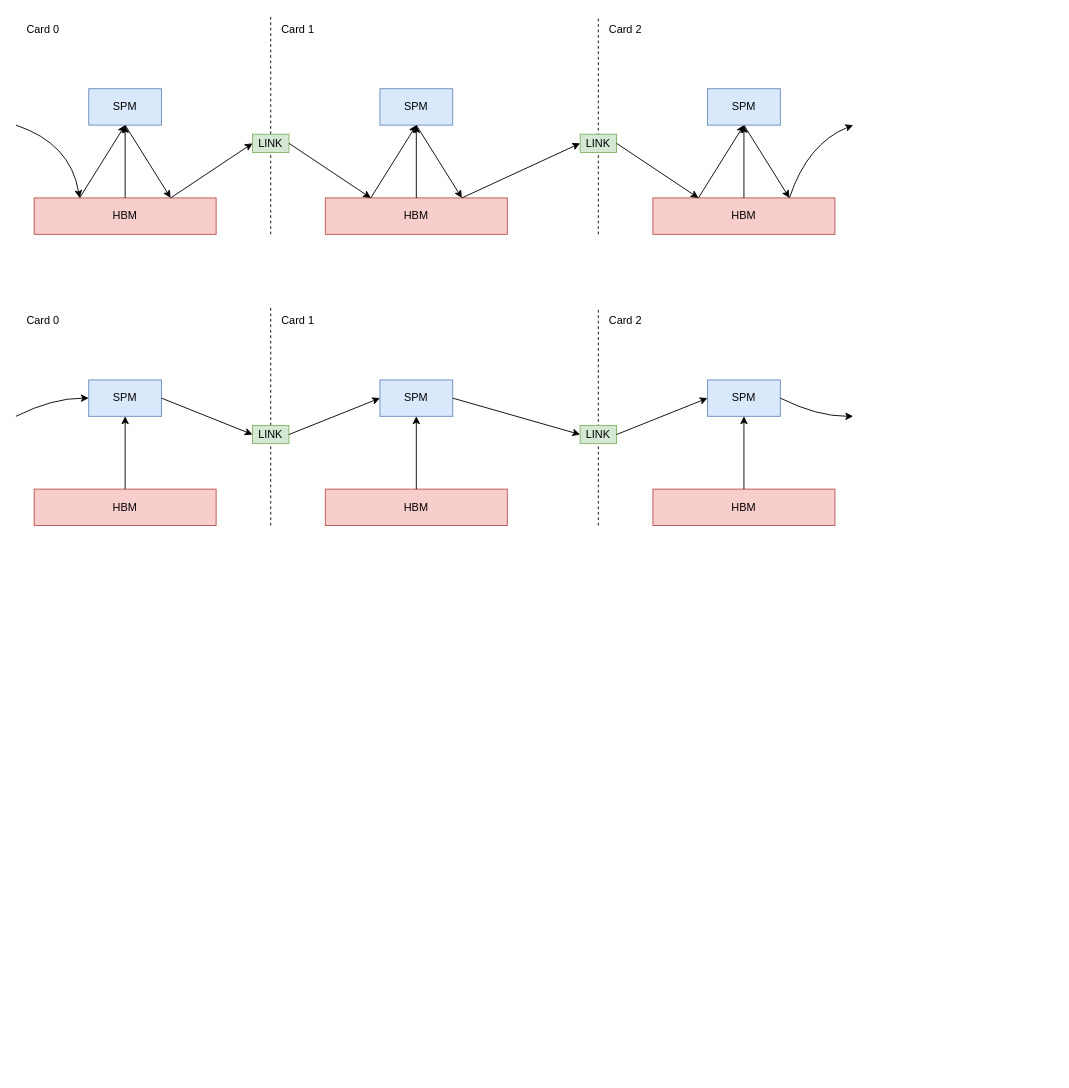
This is TCCL/SPM_transform.drawio from BEYHHH/SBLP, a draw.io file, before an edit. Source tidied: cells renumbered, new cells numbered last; positions are measured from the earlier drawing's top-left corner, leaving out a move shared by most shapes. Both pictures are drawn from the tidied source at 91%, with x=0, y=0 at pixel (15, 15).
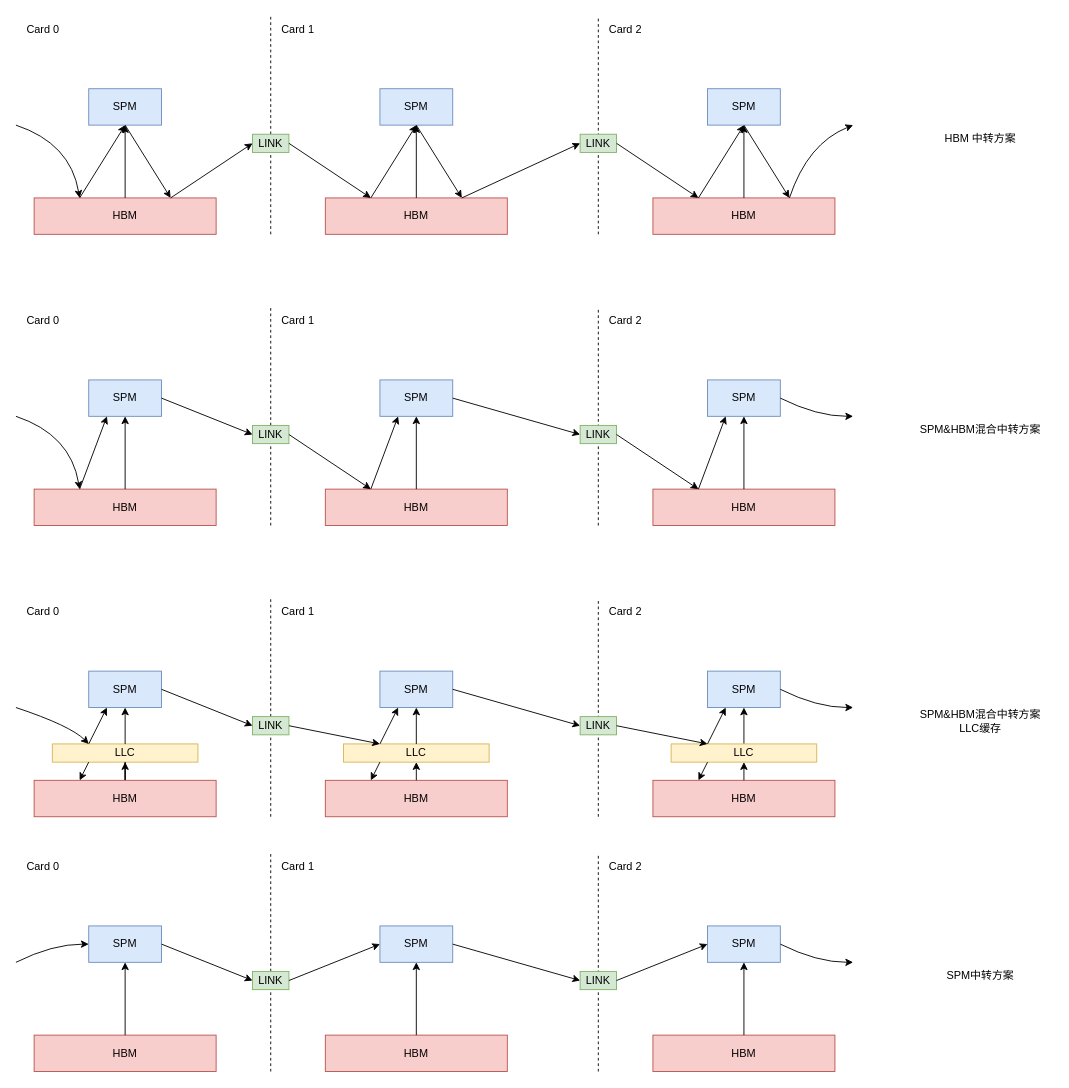
The same diagram, later.

The edit, as a diff of the source:
```diff
@@
+    <mxCell id="54" value="LLC" style="rounded=0;whiteSpace=wrap;html=1;fillColor=#fff2cc;strokeColor=#d6b656;" parent="1" vertex="1">
+      <mxGeometry x="40" y="800" width="160" height="20" as="geometry" />
+    </mxCell>
+    <mxCell id="55" value="LLC" style="rounded=0;whiteSpace=wrap;html=1;fillColor=#fff2cc;strokeColor=#d6b656;" parent="1" vertex="1">
+      <mxGeometry x="360" y="800" width="160" height="20" as="geometry" />
+    </mxCell>
+    <mxCell id="56" style="edgeStyle=orthogonalEdgeStyle;rounded=0;jettySize=auto;html=1;" parent="1" edge="1" source="57" target="98">
+      <mxGeometry relative="1" as="geometry" />
+    </mxCell>
+    <mxCell id="57" value="LLC" style="rounded=0;whiteSpace=wrap;html=1;fillColor=#fff2cc;strokeColor=#d6b656;" parent="1" vertex="1">
+      <mxGeometry x="720" y="800" width="160" height="20" as="geometry" />
+    </mxCell>
@@
     <mxCell id="31" value="SPM" style="rounded=0;whiteSpace=wrap;html=1;fillColor=#dae8fc;strokeColor=#6c8ebf;" parent="1" vertex="1">
-      <mxGeometry x="80" y="400" width="80" height="40" as="geometry" />
+      <mxGeometry x="80" y="1000" width="80" height="40" as="geometry" />
     </mxCell>
     <mxCell id="32" style="endArrow=none;dashed=1;html=1;rounded=0;" parent="1" edge="1" source="43">
       <mxGeometry relative="1" as="geometry">
-        <mxPoint x="280" y="320" as="targetPoint" />
+        <mxPoint x="280" y="920" as="targetPoint" />
       </mxGeometry>
     </mxCell>
     <mxCell id="33" value="SPM" style="rounded=0;whiteSpace=wrap;html=1;fillColor=#dae8fc;strokeColor=#6c8ebf;" parent="1" vertex="1">
-      <mxGeometry x="400" y="400" width="80" height="40" as="geometry" />
+      <mxGeometry x="400" y="1000" width="80" height="40" as="geometry" />
     </mxCell>
     <mxCell id="34" style="endArrow=none;dashed=1;html=1;rounded=0;" parent="1" edge="1">
       <mxGeometry relative="1" as="geometry">
-        <mxPoint x="640" y="560" as="sourcePoint" />
-        <mxPoint x="640" y="320" as="targetPoint" />
+        <mxPoint x="640" y="1160" as="sourcePoint" />
+        <mxPoint x="640" y="920" as="targetPoint" />
       </mxGeometry>
     </mxCell>
     <mxCell id="35" value="Card 1" style="text;html=1;align=center;verticalAlign=middle;whiteSpace=wrap;rounded=0;" parent="1" vertex="1">
-      <mxGeometry x="280" y="320" width="60" height="30" as="geometry" />
+      <mxGeometry x="280" y="920" width="60" height="30" as="geometry" />
     </mxCell>
     <mxCell id="36" value="Card 0" style="text;html=1;align=center;verticalAlign=middle;whiteSpace=wrap;rounded=0;" parent="1" vertex="1">
-      <mxGeometry y="320" width="60" height="30" as="geometry" />
+      <mxGeometry y="920" width="60" height="30" as="geometry" />
     </mxCell>
     <mxCell id="37" value="Card 2" style="text;html=1;align=center;verticalAlign=middle;whiteSpace=wrap;rounded=0;" parent="1" vertex="1">
-      <mxGeometry x="640" y="320" width="60" height="30" as="geometry" />
+      <mxGeometry x="640" y="920" width="60" height="30" as="geometry" />
     </mxCell>
     <mxCell id="38" value="HBM" style="rounded=0;whiteSpace=wrap;html=1;fillColor=#f8cecc;strokeColor=#b85450;" parent="1" vertex="1">
-      <mxGeometry x="20" y="520" width="200" height="40" as="geometry" />
+      <mxGeometry x="20" y="1120" width="200" height="40" as="geometry" />
     </mxCell>
     <mxCell id="39" value="HBM" style="rounded=0;whiteSpace=wrap;html=1;fillColor=#f8cecc;strokeColor=#b85450;" parent="1" vertex="1">
-      <mxGeometry x="340" y="520" width="200" height="40" as="geometry" />
+      <mxGeometry x="340" y="1120" width="200" height="40" as="geometry" />
     </mxCell>
     <mxCell id="40" value="HBM" style="rounded=0;whiteSpace=wrap;html=1;fillColor=#f8cecc;strokeColor=#b85450;" parent="1" vertex="1">
-      <mxGeometry x="700" y="520" width="200" height="40" as="geometry" />
+      <mxGeometry x="700" y="1120" width="200" height="40" as="geometry" />
     </mxCell>
     <mxCell id="41" value="SPM" style="rounded=0;whiteSpace=wrap;html=1;fillColor=#dae8fc;strokeColor=#6c8ebf;" parent="1" vertex="1">
-      <mxGeometry x="760" y="400" width="80" height="40" as="geometry" />
+      <mxGeometry x="760" y="1000" width="80" height="40" as="geometry" />
     </mxCell>
     <mxCell id="42" style="endArrow=none;dashed=1;html=1;rounded=0;" parent="1" edge="1" target="43">
       <mxGeometry relative="1" as="geometry">
-        <mxPoint x="280" y="560" as="sourcePoint" />
+        <mxPoint x="280" y="1160" as="sourcePoint" />
       </mxGeometry>
     </mxCell>
     <mxCell id="43" value="LINK" style="rounded=0;whiteSpace=wrap;html=1;fillColor=#d5e8d4;strokeColor=#82b366;" parent="1" vertex="1">
-      <mxGeometry x="260" y="450" width="40" height="20" as="geometry" />
+      <mxGeometry x="260" y="1050" width="40" height="20" as="geometry" />
     </mxCell>
     <mxCell id="44" value="LINK" style="rounded=0;whiteSpace=wrap;html=1;fillColor=#d5e8d4;strokeColor=#82b366;" parent="1" vertex="1">
-      <mxGeometry x="620" y="450" width="40" height="20" as="geometry" />
+      <mxGeometry x="620" y="1050" width="40" height="20" as="geometry" />
     </mxCell>
@@
     <mxCell id="52" style="curved=1;endArrow=classic;html=1;rounded=0;entryX=0;entryY=0.5;entryDx=0;entryDy=0;" parent="1" edge="1" target="31">
       <mxGeometry relative="1" as="geometry">
-        <mxPoint y="440" as="sourcePoint" />
+        <mxPoint y="1040" as="sourcePoint" />
         <Array as="points">
-          <mxPoint x="40" y="420" />
+          <mxPoint x="40" y="1020" />
         </Array>
       </mxGeometry>
     </mxCell>
     <mxCell id="53" style="curved=1;endArrow=classic;html=1;rounded=0;exitX=1;exitY=0.5;exitDx=0;exitDy=0;" parent="1" edge="1" source="41">
       <mxGeometry relative="1" as="geometry">
-        <mxPoint x="920" y="440" as="targetPoint" />
+        <mxPoint x="920" y="1040" as="targetPoint" />
         <Array as="points">
-          <mxPoint x="880" y="440" />
+          <mxPoint x="880" y="1040" />
         </Array>
       </mxGeometry>
     </mxCell>
+    <mxCell id="58" value="SPM" style="rounded=0;whiteSpace=wrap;html=1;fillColor=#dae8fc;strokeColor=#6c8ebf;" parent="1" vertex="1">
+      <mxGeometry x="80" y="400" width="80" height="40" as="geometry" />
+    </mxCell>
+    <mxCell id="59" style="endArrow=none;dashed=1;html=1;rounded=0;" parent="1" edge="1" source="70">
+      <mxGeometry relative="1" as="geometry">
+        <mxPoint x="280" y="320" as="targetPoint" />
+      </mxGeometry>
+    </mxCell>
+    <mxCell id="60" value="SPM" style="rounded=0;whiteSpace=wrap;html=1;fillColor=#dae8fc;strokeColor=#6c8ebf;" parent="1" vertex="1">
+      <mxGeometry x="400" y="400" width="80" height="40" as="geometry" />
+    </mxCell>
+    <mxCell id="61" style="endArrow=none;dashed=1;html=1;rounded=0;" parent="1" edge="1">
+      <mxGeometry relative="1" as="geometry">
+        <mxPoint x="640" y="560" as="sourcePoint" />
+        <mxPoint x="640" y="320" as="targetPoint" />
+      </mxGeometry>
+    </mxCell>
+    <mxCell id="62" value="Card 1" style="text;html=1;align=center;verticalAlign=middle;whiteSpace=wrap;rounded=0;" parent="1" vertex="1">
+      <mxGeometry x="280" y="320" width="60" height="30" as="geometry" />
+    </mxCell>
+    <mxCell id="63" value="Card 0" style="text;html=1;align=center;verticalAlign=middle;whiteSpace=wrap;rounded=0;" parent="1" vertex="1">
+      <mxGeometry y="320" width="60" height="30" as="geometry" />
+    </mxCell>
+    <mxCell id="64" value="Card 2" style="text;html=1;align=center;verticalAlign=middle;whiteSpace=wrap;rounded=0;" parent="1" vertex="1">
+      <mxGeometry x="640" y="320" width="60" height="30" as="geometry" />
+    </mxCell>
+    <mxCell id="65" value="HBM" style="rounded=0;whiteSpace=wrap;html=1;fillColor=#f8cecc;strokeColor=#b85450;" parent="1" vertex="1">
+      <mxGeometry x="20" y="520" width="200" height="40" as="geometry" />
+    </mxCell>
+    <mxCell id="66" value="HBM" style="rounded=0;whiteSpace=wrap;html=1;fillColor=#f8cecc;strokeColor=#b85450;" parent="1" vertex="1">
+      <mxGeometry x="340" y="520" width="200" height="40" as="geometry" />
+    </mxCell>
+    <mxCell id="67" value="HBM" style="rounded=0;whiteSpace=wrap;html=1;fillColor=#f8cecc;strokeColor=#b85450;" parent="1" vertex="1">
+      <mxGeometry x="700" y="520" width="200" height="40" as="geometry" />
+    </mxCell>
+    <mxCell id="68" value="SPM" style="rounded=0;whiteSpace=wrap;html=1;fillColor=#dae8fc;strokeColor=#6c8ebf;" parent="1" vertex="1">
+      <mxGeometry x="760" y="400" width="80" height="40" as="geometry" />
+    </mxCell>
+    <mxCell id="69" style="endArrow=none;dashed=1;html=1;rounded=0;" parent="1" edge="1" target="70">
+      <mxGeometry relative="1" as="geometry">
+        <mxPoint x="280" y="560" as="sourcePoint" />
+      </mxGeometry>
+    </mxCell>
+    <mxCell id="70" value="LINK" style="rounded=0;whiteSpace=wrap;html=1;fillColor=#d5e8d4;strokeColor=#82b366;" parent="1" vertex="1">
+      <mxGeometry x="260" y="450" width="40" height="20" as="geometry" />
+    </mxCell>
+    <mxCell id="71" value="LINK" style="rounded=0;whiteSpace=wrap;html=1;fillColor=#d5e8d4;strokeColor=#82b366;" parent="1" vertex="1">
+      <mxGeometry x="620" y="450" width="40" height="20" as="geometry" />
+    </mxCell>
+    <mxCell id="72" style="endArrow=classic;html=1;rounded=0;entryX=0;entryY=0.5;entryDx=0;entryDy=0;exitX=1;exitY=0.5;exitDx=0;exitDy=0;" parent="1" edge="1" source="60" target="71">
+      <mxGeometry relative="1" as="geometry" />
+    </mxCell>
+    <mxCell id="73" style="endArrow=classic;html=1;rounded=0;entryX=0.5;entryY=1;entryDx=0;entryDy=0;exitX=0.5;exitY=0;exitDx=0;exitDy=0;" parent="1" edge="1" source="66" target="60">
+      <mxGeometry relative="1" as="geometry" />
+    </mxCell>
+    <mxCell id="74" style="endArrow=classic;html=1;rounded=0;entryX=0.25;entryY=0;entryDx=0;entryDy=0;exitX=1;exitY=0.5;exitDx=0;exitDy=0;" parent="1" edge="1" source="70" target="66">
+      <mxGeometry relative="1" as="geometry" />
+    </mxCell>
+    <mxCell id="75" style="endArrow=classic;html=1;rounded=0;entryX=0;entryY=0.5;entryDx=0;entryDy=0;exitX=1;exitY=0.5;exitDx=0;exitDy=0;" parent="1" edge="1" source="58" target="70">
+      <mxGeometry relative="1" as="geometry" />
+    </mxCell>
+    <mxCell id="76" style="endArrow=classic;html=1;rounded=0;entryX=0.5;entryY=1;entryDx=0;entryDy=0;exitX=0.5;exitY=0;exitDx=0;exitDy=0;" parent="1" edge="1" source="65" target="58">
+      <mxGeometry relative="1" as="geometry" />
+    </mxCell>
+    <mxCell id="77" style="endArrow=classic;html=1;rounded=0;entryX=0.25;entryY=0;entryDx=0;entryDy=0;exitX=1;exitY=0.5;exitDx=0;exitDy=0;" parent="1" edge="1" source="71" target="67">
+      <mxGeometry relative="1" as="geometry" />
+    </mxCell>
+    <mxCell id="78" style="endArrow=classic;html=1;rounded=0;entryX=0.5;entryY=1;entryDx=0;entryDy=0;exitX=0.5;exitY=0;exitDx=0;exitDy=0;" parent="1" edge="1" source="67" target="68">
+      <mxGeometry relative="1" as="geometry" />
+    </mxCell>
+    <mxCell id="79" style="curved=1;endArrow=classic;html=1;rounded=0;entryX=0.25;entryY=0;entryDx=0;entryDy=0;" parent="1" edge="1" target="65">
+      <mxGeometry relative="1" as="geometry">
+        <mxPoint y="440" as="sourcePoint" />
+        <Array as="points">
+          <mxPoint x="60" y="460" />
+        </Array>
+      </mxGeometry>
+    </mxCell>
+    <mxCell id="80" style="curved=1;endArrow=classic;html=1;rounded=0;exitX=1;exitY=0.5;exitDx=0;exitDy=0;" parent="1" edge="1" source="68">
+      <mxGeometry relative="1" as="geometry">
+        <mxPoint x="920" y="440" as="targetPoint" />
+        <Array as="points">
+          <mxPoint x="880" y="440" />
+        </Array>
+      </mxGeometry>
+    </mxCell>
+    <mxCell id="81" style="endArrow=classic;html=1;rounded=0;entryX=0.25;entryY=1;entryDx=0;entryDy=0;exitX=0.25;exitY=0;exitDx=0;exitDy=0;" parent="1" edge="1" source="65" target="58">
+      <mxGeometry relative="1" as="geometry" />
+    </mxCell>
+    <mxCell id="82" style="endArrow=classic;html=1;rounded=0;entryX=0.25;entryY=1;entryDx=0;entryDy=0;exitX=0.25;exitY=0;exitDx=0;exitDy=0;" parent="1" edge="1" source="66" target="60">
+      <mxGeometry relative="1" as="geometry" />
+    </mxCell>
+    <mxCell id="83" style="endArrow=classic;html=1;rounded=0;entryX=0.25;entryY=1;entryDx=0;entryDy=0;exitX=0.25;exitY=0;exitDx=0;exitDy=0;" parent="1" edge="1" source="67" target="68">
+      <mxGeometry relative="1" as="geometry" />
+    </mxCell>
+    <mxCell id="84" value="HBM 中转方案" style="text;html=1;align=center;verticalAlign=middle;whiteSpace=wrap;rounded=0;" parent="1" vertex="1">
+      <mxGeometry x="1005" y="120" width="110" height="30" as="geometry" />
+    </mxCell>
+    <mxCell id="85" value="SPM&amp;amp;HBM混合中转方案" style="text;html=1;align=center;verticalAlign=middle;whiteSpace=wrap;rounded=0;" parent="1" vertex="1">
+      <mxGeometry x="980" y="440" width="160" height="30" as="geometry" />
+    </mxCell>
+    <mxCell id="86" value="SPM中转方案" style="text;html=1;align=center;verticalAlign=middle;whiteSpace=wrap;rounded=0;" parent="1" vertex="1">
+      <mxGeometry x="1000" y="1040" width="120" height="30" as="geometry" />
+    </mxCell>
+    <mxCell id="87" value="SPM" style="rounded=0;whiteSpace=wrap;html=1;fillColor=#dae8fc;strokeColor=#6c8ebf;" parent="1" vertex="1">
+      <mxGeometry x="80" y="720" width="80" height="40" as="geometry" />
+    </mxCell>
+    <mxCell id="88" style="endArrow=none;dashed=1;html=1;rounded=0;" parent="1" edge="1" source="100">
+      <mxGeometry relative="1" as="geometry">
+        <mxPoint x="280" y="640" as="targetPoint" />
+      </mxGeometry>
+    </mxCell>
+    <mxCell id="89" value="SPM" style="rounded=0;whiteSpace=wrap;html=1;fillColor=#dae8fc;strokeColor=#6c8ebf;" parent="1" vertex="1">
+      <mxGeometry x="400" y="720" width="80" height="40" as="geometry" />
+    </mxCell>
+    <mxCell id="90" style="endArrow=none;dashed=1;html=1;rounded=0;" parent="1" edge="1">
+      <mxGeometry relative="1" as="geometry">
+        <mxPoint x="640" y="880" as="sourcePoint" />
+        <mxPoint x="640" y="640" as="targetPoint" />
+      </mxGeometry>
+    </mxCell>
+    <mxCell id="91" value="Card 1" style="text;html=1;align=center;verticalAlign=middle;whiteSpace=wrap;rounded=0;" parent="1" vertex="1">
+      <mxGeometry x="280" y="640" width="60" height="30" as="geometry" />
+    </mxCell>
+    <mxCell id="92" value="Card 0" style="text;html=1;align=center;verticalAlign=middle;whiteSpace=wrap;rounded=0;" parent="1" vertex="1">
+      <mxGeometry y="640" width="60" height="30" as="geometry" />
+    </mxCell>
+    <mxCell id="93" value="Card 2" style="text;html=1;align=center;verticalAlign=middle;whiteSpace=wrap;rounded=0;" parent="1" vertex="1">
+      <mxGeometry x="640" y="640" width="60" height="30" as="geometry" />
+    </mxCell>
+    <mxCell id="94" style="edgeStyle=orthogonalEdgeStyle;rounded=0;jettySize=auto;html=1;entryX=0.5;entryY=1;entryDx=0;entryDy=0;" parent="1" edge="1" source="95" target="54">
+      <mxGeometry relative="1" as="geometry" />
+    </mxCell>
+    <mxCell id="95" value="HBM" style="rounded=0;whiteSpace=wrap;html=1;fillColor=#f8cecc;strokeColor=#b85450;" parent="1" vertex="1">
+      <mxGeometry x="20" y="840" width="200" height="40" as="geometry" />
+    </mxCell>
+    <mxCell id="96" value="HBM" style="rounded=0;whiteSpace=wrap;html=1;fillColor=#f8cecc;strokeColor=#b85450;" parent="1" vertex="1">
+      <mxGeometry x="340" y="840" width="200" height="40" as="geometry" />
+    </mxCell>
+    <mxCell id="97" value="HBM" style="rounded=0;whiteSpace=wrap;html=1;fillColor=#f8cecc;strokeColor=#b85450;" parent="1" vertex="1">
+      <mxGeometry x="700" y="840" width="200" height="40" as="geometry" />
+    </mxCell>
+    <mxCell id="98" value="SPM" style="rounded=0;whiteSpace=wrap;html=1;fillColor=#dae8fc;strokeColor=#6c8ebf;" parent="1" vertex="1">
+      <mxGeometry x="760" y="720" width="80" height="40" as="geometry" />
+    </mxCell>
+    <mxCell id="99" style="endArrow=none;dashed=1;html=1;rounded=0;" parent="1" edge="1" target="100">
+      <mxGeometry relative="1" as="geometry">
+        <mxPoint x="280" y="880" as="sourcePoint" />
+      </mxGeometry>
+    </mxCell>
+    <mxCell id="100" value="LINK" style="rounded=0;whiteSpace=wrap;html=1;fillColor=#d5e8d4;strokeColor=#82b366;" parent="1" vertex="1">
+      <mxGeometry x="260" y="770" width="40" height="20" as="geometry" />
+    </mxCell>
+    <mxCell id="101" value="LINK" style="rounded=0;whiteSpace=wrap;html=1;fillColor=#d5e8d4;strokeColor=#82b366;" parent="1" vertex="1">
+      <mxGeometry x="620" y="770" width="40" height="20" as="geometry" />
+    </mxCell>
+    <mxCell id="102" style="endArrow=classic;html=1;rounded=0;entryX=0;entryY=0.5;entryDx=0;entryDy=0;exitX=1;exitY=0.5;exitDx=0;exitDy=0;" parent="1" edge="1" source="89" target="101">
+      <mxGeometry relative="1" as="geometry" />
+    </mxCell>
+    <mxCell id="103" style="endArrow=classic;html=1;rounded=0;entryX=0.5;entryY=1;entryDx=0;entryDy=0;exitX=0.5;exitY=0;exitDx=0;exitDy=0;" parent="1" edge="1" source="96" target="55">
+      <mxGeometry relative="1" as="geometry" />
+    </mxCell>
+    <mxCell id="104" style="endArrow=classic;html=1;rounded=0;entryX=0.25;entryY=0;entryDx=0;entryDy=0;exitX=1;exitY=0.5;exitDx=0;exitDy=0;" parent="1" edge="1" source="100" target="55">
+      <mxGeometry relative="1" as="geometry" />
+    </mxCell>
+    <mxCell id="105" style="endArrow=classic;html=1;rounded=0;entryX=0;entryY=0.5;entryDx=0;entryDy=0;exitX=1;exitY=0.5;exitDx=0;exitDy=0;" parent="1" edge="1" source="87" target="100">
+      <mxGeometry relative="1" as="geometry" />
+    </mxCell>
+    <mxCell id="106" style="endArrow=classic;html=1;rounded=0;entryX=0.5;entryY=1;entryDx=0;entryDy=0;exitX=0.5;exitY=0;exitDx=0;exitDy=0;" parent="1" edge="1" source="54" target="87">
+      <mxGeometry relative="1" as="geometry" />
+    </mxCell>
+    <mxCell id="107" style="endArrow=classic;html=1;rounded=0;entryX=0.25;entryY=0;entryDx=0;entryDy=0;exitX=1;exitY=0.5;exitDx=0;exitDy=0;" parent="1" edge="1" source="101" target="57">
+      <mxGeometry relative="1" as="geometry" />
+    </mxCell>
+    <mxCell id="108" style="endArrow=classic;html=1;rounded=0;exitX=0.5;exitY=0;exitDx=0;exitDy=0;entryX=0.5;entryY=1;entryDx=0;entryDy=0;" parent="1" edge="1" source="97" target="57">
+      <mxGeometry relative="1" as="geometry" />
+    </mxCell>
+    <mxCell id="109" style="curved=1;endArrow=classic;html=1;rounded=0;entryX=0.25;entryY=0;entryDx=0;entryDy=0;" parent="1" edge="1" target="54">
+      <mxGeometry relative="1" as="geometry">
+        <mxPoint y="760" as="sourcePoint" />
+        <Array as="points">
+          <mxPoint x="60" y="780" />
+        </Array>
+      </mxGeometry>
+    </mxCell>
+    <mxCell id="110" style="curved=1;endArrow=classic;html=1;rounded=0;exitX=1;exitY=0.5;exitDx=0;exitDy=0;" parent="1" edge="1" source="98">
+      <mxGeometry relative="1" as="geometry">
+        <mxPoint x="920" y="760" as="targetPoint" />
+        <Array as="points">
+          <mxPoint x="880" y="760" />
+        </Array>
+      </mxGeometry>
+    </mxCell>
+    <mxCell id="111" style="endArrow=classic;html=1;rounded=0;entryX=0.25;entryY=1;entryDx=0;entryDy=0;exitX=0.25;exitY=0;exitDx=0;exitDy=0;" parent="1" edge="1" source="54" target="87">
+      <mxGeometry relative="1" as="geometry" />
+    </mxCell>
+    <mxCell id="112" style="endArrow=classic;html=1;rounded=0;entryX=0.25;entryY=1;entryDx=0;entryDy=0;exitX=0.25;exitY=0;exitDx=0;exitDy=0;" parent="1" edge="1" source="55" target="89">
+      <mxGeometry relative="1" as="geometry" />
+    </mxCell>
+    <mxCell id="113" style="endArrow=classic;html=1;rounded=0;entryX=0.25;entryY=1;entryDx=0;entryDy=0;exitX=0.25;exitY=0;exitDx=0;exitDy=0;" parent="1" edge="1" source="57" target="98">
+      <mxGeometry relative="1" as="geometry" />
+    </mxCell>
+    <mxCell id="114" value="SPM&amp;amp;HBM混合中转方案&lt;div&gt;LLC缓存&lt;/div&gt;" style="text;html=1;align=center;verticalAlign=middle;whiteSpace=wrap;rounded=0;" parent="1" vertex="1">
+      <mxGeometry x="980" y="760" width="160" height="30" as="geometry" />
+    </mxCell>
+    <mxCell id="115" style="edgeStyle=orthogonalEdgeStyle;rounded=0;jettySize=auto;html=1;" parent="1" edge="1" source="55" target="89">
+      <mxGeometry relative="1" as="geometry" />
+    </mxCell>
+    <mxCell id="116" style="endArrow=classic;html=1;rounded=0;entryX=0.25;entryY=0;entryDx=0;entryDy=0;exitX=0.25;exitY=1;exitDx=0;exitDy=0;" parent="1" edge="1" source="54" target="95">
+      <mxGeometry relative="1" as="geometry" />
+    </mxCell>
+    <mxCell id="117" style="endArrow=classic;html=1;rounded=0;entryX=0.25;entryY=0;entryDx=0;entryDy=0;exitX=0.25;exitY=1;exitDx=0;exitDy=0;" parent="1" edge="1" source="55" target="96">
+      <mxGeometry relative="1" as="geometry" />
+    </mxCell>
+    <mxCell id="118" style="endArrow=classic;html=1;rounded=0;entryX=0.25;entryY=0;entryDx=0;entryDy=0;exitX=0.25;exitY=1;exitDx=0;exitDy=0;" parent="1" edge="1" source="57" target="97">
+      <mxGeometry relative="1" as="geometry" />
+    </mxCell>
```
